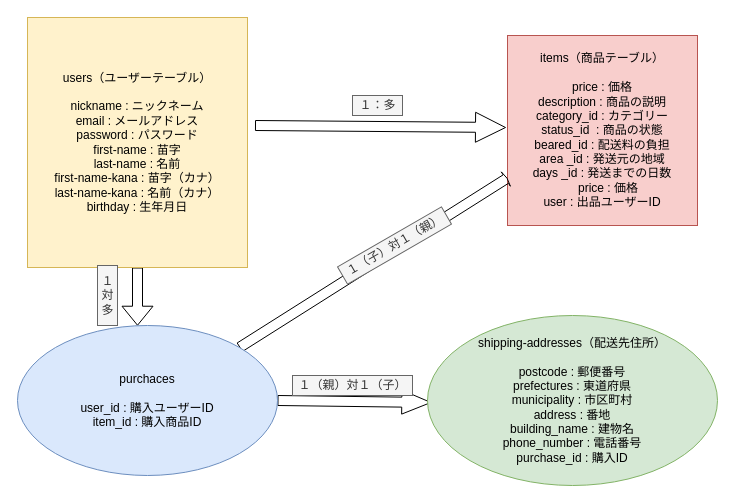
Earlier version of the draw.io diagram erfigure.drawio (Toshi0619/furima-29092). Source tidied: cells renumbered, new cells numbered last; positions are measured from the earlier drawing's top-left corner, leaving out a move shared by most shapes. Both pictures are drawn from the tidied source at 100%, with x=0, y=0 at pixel (17, 17).
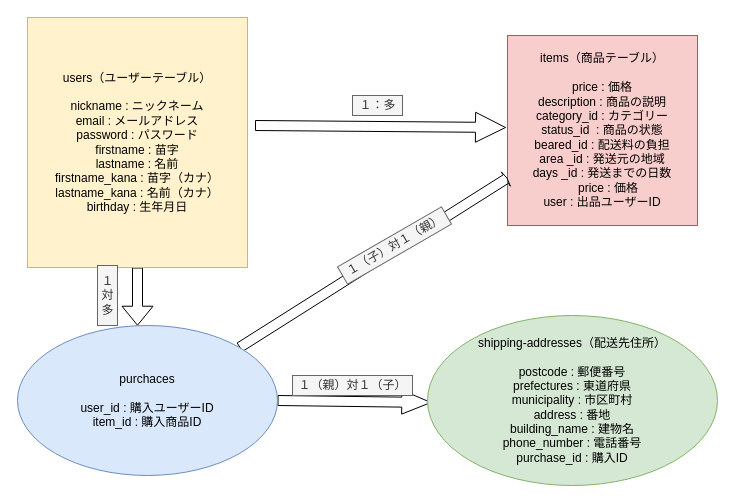
After the change.

Change to the diagram source:
```diff
@@
 <mxGraphModel>
   <root>
     <mxCell id="0" />
     <mxCell id="1" parent="0" />
     <mxCell id="2" style="edgeStyle=orthogonalEdgeStyle;shape=arrow;rounded=0;orthogonalLoop=1;jettySize=auto;html=1;" parent="1" edge="1">
       <mxGeometry relative="1" as="geometry">
         <mxPoint x="238" y="108" as="sourcePoint" />
         <mxPoint x="488" y="110" as="targetPoint" />
       </mxGeometry>
     </mxCell>
     <mxCell id="3" style="edgeStyle=orthogonalEdgeStyle;shape=flexArrow;rounded=0;jumpSize=13;jettySize=auto;html=1;fontColor=#000000;" parent="1" edge="1" source="4" target="8">
       <mxGeometry relative="1" as="geometry">
         <Array as="points">
           <mxPoint x="120" y="328" />
           <mxPoint x="120" y="328" />
         </Array>
       </mxGeometry>
     </mxCell>
-    <mxCell id="4" value="users（ユーザーテーブル）&lt;br&gt;&lt;br&gt;nickname : ニックネーム&lt;br&gt;email : メールアドレス&lt;br&gt;password : パスワード&lt;br&gt;first-name : 苗字&lt;br&gt;last-name : 名前&lt;br&gt;first-name-kana : 苗字（カナ）&lt;br&gt;last-name-kana : 名前（カナ）&lt;br&gt;birthday : 生年月日" style="whiteSpace=wrap;html=1;fillColor=#fff2cc;strokeColor=#d6b656;fontColor=#000000;" parent="1" vertex="1">
+    <mxCell id="4" value="users（ユーザーテーブル）&lt;br&gt;&lt;br&gt;nickname : ニックネーム&lt;br&gt;email : メールアドレス&lt;br&gt;password : パスワード&lt;br&gt;firstname : 苗字&lt;br&gt;lastname : 名前&lt;br&gt;firstname_kana : 苗字（カナ）&lt;br&gt;lastname_kana : 名前（カナ）&lt;br&gt;birthday : 生年月日" style="whiteSpace=wrap;html=1;fillColor=#fff2cc;strokeColor=#d6b656;fontColor=#000000;" parent="1" vertex="1">
       <mxGeometry x="10" width="220" height="250" as="geometry" />
     </mxCell>
     <mxCell id="5" value="items（商品テーブル）&lt;br&gt;&lt;br&gt;price : 価格&lt;br&gt;description : 商品の説明&lt;br&gt;category_id : カテゴリー&lt;br&gt;status_id&amp;nbsp;&amp;nbsp;: 商品の状態&lt;br&gt;beared_id&amp;nbsp;: 配送料の負担&lt;br&gt;area _id : 発送元の地域&lt;br&gt;days _id : 発送までの日数&lt;br&gt;　price : 価格&lt;br&gt;user : 出品ユーザーID" style="whiteSpace=wrap;html=1;fillColor=#f8cecc;strokeColor=#b85450;fontColor=#000000;" parent="1" vertex="1">
       <mxGeometry x="490" y="18" width="190" height="190" as="geometry" />
     </mxCell>
     <mxCell id="6" style="edgeStyle=none;shape=flexArrow;rounded=0;jumpSize=13;jettySize=auto;html=1;exitX=1;exitY=0;exitDx=0;exitDy=0;entryX=0;entryY=0.75;entryDx=0;entryDy=0;fontColor=#000000;endWidth=6;endSize=0.16;" parent="1" edge="1" source="8" target="5">
       <mxGeometry relative="1" as="geometry" />
     </mxCell>
     <mxCell id="7" style="edgeStyle=none;shape=flexArrow;rounded=0;jumpSize=13;jettySize=auto;html=1;entryX=-0.014;entryY=0.544;entryDx=0;entryDy=0;entryPerimeter=0;fontColor=#000000;endWidth=13;endSize=9.37;exitX=1;exitY=0.5;exitDx=0;exitDy=0;" parent="1" edge="1" source="8">
       <mxGeometry relative="1" as="geometry">
         <mxPoint x="413.9" y="385" as="targetPoint" />
       </mxGeometry>
     </mxCell>
     <mxCell id="8" value="purchaces&lt;br&gt;&lt;br&gt;user_id : 購入ユーザーID&lt;br&gt;item_id : 購入商品ID" style="ellipse;whiteSpace=wrap;html=1;fillColor=#dae8fc;strokeColor=#6c8ebf;fontColor=#000000;" parent="1" vertex="1">
       <mxGeometry y="308" width="260" height="150" as="geometry" />
     </mxCell>
     <mxCell id="9" value="shipping-addresses（配送先住所）&lt;br&gt;&lt;br&gt;postcode : 郵便番号&lt;br&gt;prefectures : 東道府県&lt;br&gt;municipality : 市区町村&lt;br&gt;address : 番地&lt;br&gt;building_name : 建物名&lt;br&gt;phone_number : 電話番号&lt;br&gt;purchase_id : 購入ID" style="ellipse;whiteSpace=wrap;html=1;fillColor=#d5e8d4;strokeColor=#82b366;fontColor=#000000;" parent="1" vertex="1">
       <mxGeometry x="410" y="298" width="290" height="170" as="geometry" />
     </mxCell>
     <mxCell id="10" value="１：多" style="text;html=1;align=center;verticalAlign=middle;fillColor=#f5f5f5;strokeColor=#666666;rounded=0;fontColor=#333333;" parent="1" vertex="1">
       <mxGeometry x="335" y="78" width="50" height="20" as="geometry" />
     </mxCell>
     <mxCell id="11" value="１（子）対１（親）" style="text;html=1;align=center;verticalAlign=middle;fillColor=#f5f5f5;strokeColor=#666666;rounded=0;fontColor=#333333;rotation=-30;" parent="1" vertex="1">
       <mxGeometry x="317" y="218" width="120" height="20" as="geometry" />
     </mxCell>
     <mxCell id="12" value="１（親）対１（子）" style="text;html=1;align=center;verticalAlign=middle;fillColor=#f5f5f5;strokeColor=#666666;rounded=0;fontColor=#333333;" parent="1" vertex="1">
       <mxGeometry x="275" y="358" width="120" height="20" as="geometry" />
     </mxCell>
     <mxCell id="13" value="１&lt;br&gt;対&lt;br&gt;多" style="text;html=1;align=center;verticalAlign=middle;fillColor=#f5f5f5;strokeColor=#666666;rounded=0;fontColor=#333333;rotation=90;horizontal=0;" parent="1" vertex="1">
       <mxGeometry x="60" y="268" width="60" height="20" as="geometry" />
     </mxCell>
   </root>
 </mxGraphModel>
```
